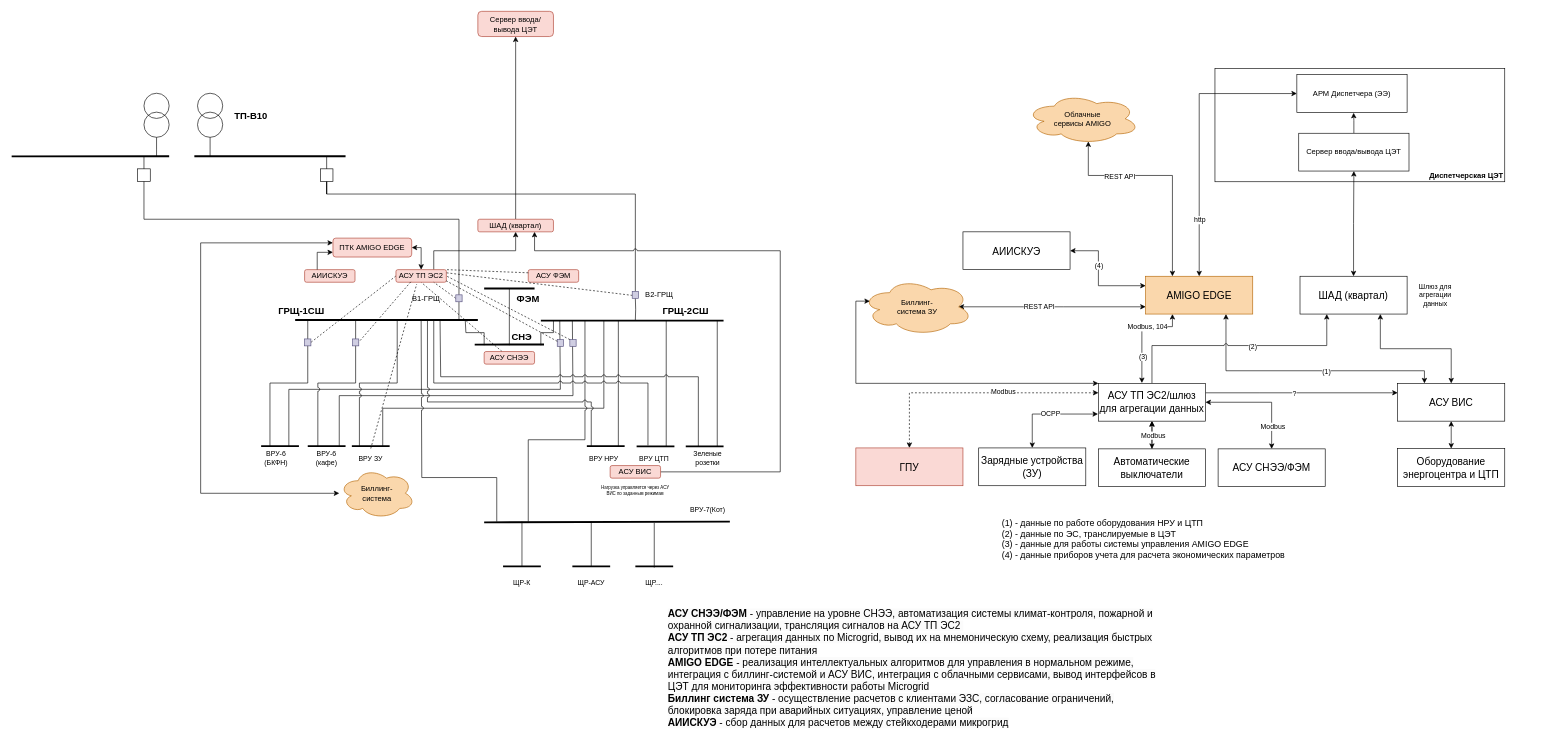
The draw.io diagram page "CBER" (2 of 3) of AMIGO.drawio in Randyrofed/DrawIO, before the edit. Source tidied: cells renumbered, new cells numbered last; positions are measured from the earlier drawing's top-left corner, leaving out a move shared by most shapes. Both pictures are drawn from the tidied source at 63%, with x=0, y=0 at pixel (11, 11).
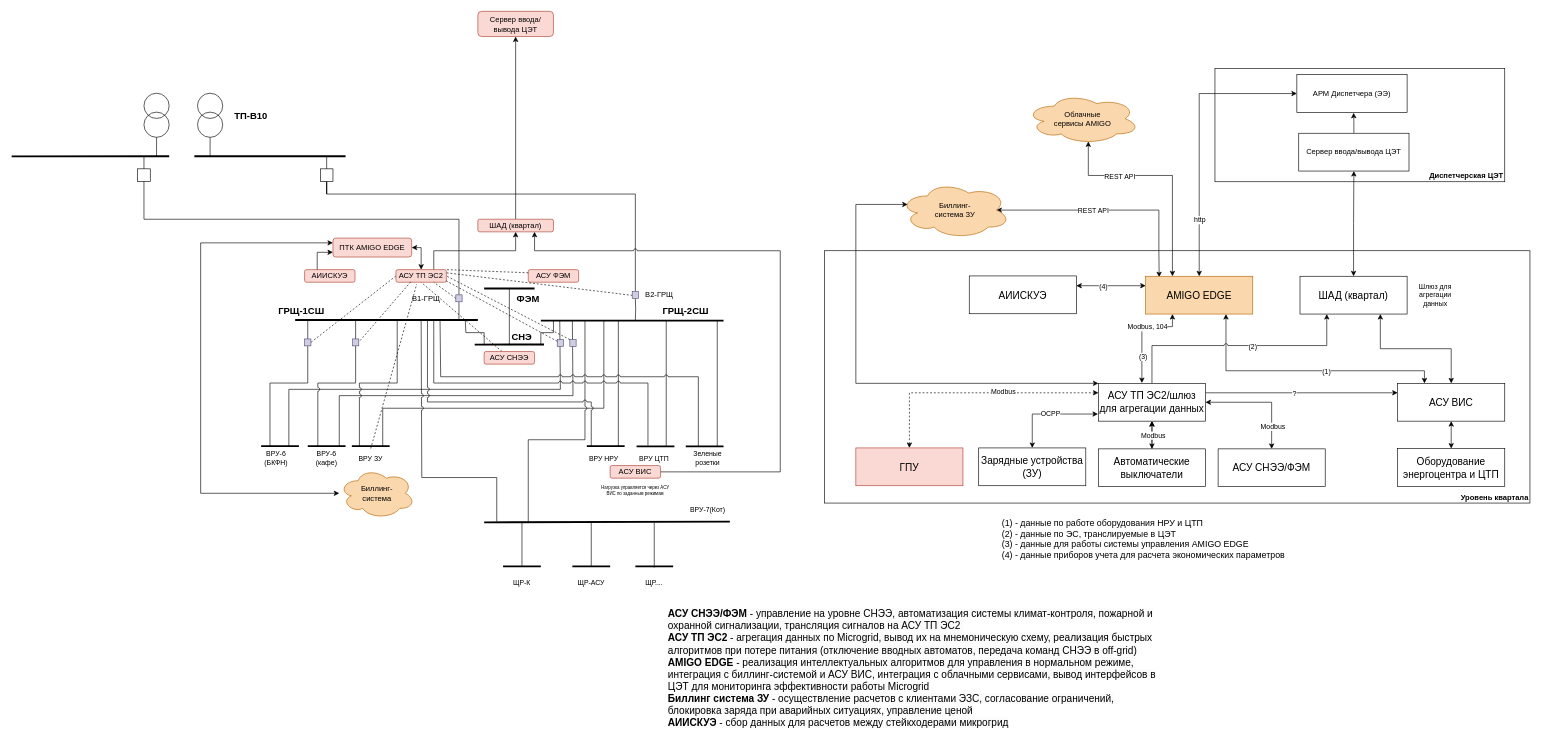
The same diagram, later.

The change refers to these unchanged cells:
```xml
<mxCell id="111" value="АСУ ТП ЭС2/шлюз для агрегации данных" style="rounded=0;whiteSpace=wrap;html=1;fontSize=16;" parent="1" vertex="1">
  <mxGeometry x="1725" y="590" width="170" height="60" as="geometry" />
</mxCell>
<mxCell id="134" value="AMIGO EDGE" style="rounded=0;whiteSpace=wrap;html=1;fontSize=16;fillColor=#fad7ac;strokeColor=#b46504;" parent="1" vertex="1">
  <mxGeometry x="1800" y="420" width="170" height="60" as="geometry" />
</mxCell>
```

Change to the diagram source:
```diff
@@
     <mxCell id="123" style="edgeStyle=orthogonalEdgeStyle;rounded=0;jettySize=auto;html=1;entryX=0;entryY=0;entryDx=0;entryDy=0;startArrow=classic;startFill=1;exitX=0.07;exitY=0.4;exitDx=0;exitDy=0;exitPerimeter=0;" parent="1" edge="1" source="126" target="111">
       <mxGeometry relative="1" as="geometry">
         <Array as="points">
-          <mxPoint x="1340" y="460" />
+          <mxPoint x="1340" y="306" />
           <mxPoint x="1340" y="590" />
         </Array>
       </mxGeometry>
     </mxCell>
-    <mxCell id="124" style="edgeStyle=orthogonalEdgeStyle;rounded=0;jettySize=auto;html=1;startArrow=classic;startFill=1;exitX=0.875;exitY=0.5;exitDx=0;exitDy=0;exitPerimeter=0;" parent="1" edge="1" source="126" target="134">
+    <mxCell id="124" style="edgeStyle=orthogonalEdgeStyle;rounded=0;jettySize=auto;html=1;startArrow=classic;startFill=1;exitX=0.875;exitY=0.5;exitDx=0;exitDy=0;exitPerimeter=0;entryX=0.126;entryY=0.024;entryDx=0;entryDy=0;entryPerimeter=0;" parent="1" edge="1" source="126" target="134">
       <mxGeometry relative="1" as="geometry">
         <Array as="points">
-          <mxPoint x="1670" y="468" />
-          <mxPoint x="1670" y="468" />
+          <mxPoint x="1821" y="315" />
+          <mxPoint x="1821" y="380" />
+          <mxPoint x="1821" y="380" />
         </Array>
       </mxGeometry>
     </mxCell>
@@
     <mxCell id="126" value="Биллинг-&lt;br&gt;система ЗУ" style="ellipse;shape=cloud;whiteSpace=wrap;html=1;fillColor=#fad7ac;strokeColor=#b46504;" parent="1" vertex="1">
-      <mxGeometry x="1350" y="423.5" width="175" height="90" as="geometry" />
+      <mxGeometry x="1410" y="270" width="175" height="90" as="geometry" />
     </mxCell>
@@
     <mxCell id="142" value="АИИСКУЭ" style="rounded=0;whiteSpace=wrap;html=1;fontSize=16;" parent="1" vertex="1">
-      <mxGeometry x="1510" y="349.5" width="170" height="60" as="geometry" />
+      <mxGeometry x="1520" y="419.5" width="170" height="60" as="geometry" />
     </mxCell>
@@
-    <mxCell id="146" value="&lt;span style=&quot;color: rgb(0, 0, 0); font-family: Helvetica; font-size: 16px; font-style: normal; font-variant-ligatures: normal; font-variant-caps: normal; letter-spacing: normal; orphans: 2; text-align: center; text-indent: 0px; text-transform: none; widows: 2; word-spacing: 0px; -webkit-text-stroke-width: 0px; background-color: rgb(251, 251, 251); text-decoration-thickness: initial; text-decoration-style: initial; text-decoration-color: initial; float: none; display: inline !important;&quot;&gt;&lt;b&gt;АСУ СНЭЭ/ФЭМ &lt;/b&gt;&lt;/span&gt;&lt;span style=&quot;color: rgb(0, 0, 0); font-family: Helvetica; font-size: 16px; font-style: normal; font-variant-ligatures: normal; font-variant-caps: normal; letter-spacing: normal; orphans: 2; text-align: center; text-indent: 0px; text-transform: none; widows: 2; word-spacing: 0px; -webkit-text-stroke-width: 0px; background-color: rgb(251, 251, 251); text-decoration-thickness: initial; text-decoration-style: initial; text-decoration-color: initial; float: none; display: inline !important;&quot;&gt;- управление на уровне СНЭЭ, автоматизация системы климат-контроля, пожарной и охранной сигнализации, трансляция сигналов на АСУ ТП ЭС2&amp;nbsp;&lt;br&gt;&lt;b&gt;АСУ ТП ЭС2&lt;/b&gt;&lt;/span&gt;&lt;span style=&quot;color: rgb(0, 0, 0); font-family: Helvetica; font-size: 16px; font-style: normal; font-variant-ligatures: normal; font-variant-caps: normal; letter-spacing: normal; orphans: 2; text-align: center; text-indent: 0px; text-transform: none; widows: 2; word-spacing: 0px; -webkit-text-stroke-width: 0px; background-color: rgb(251, 251, 251); text-decoration-thickness: initial; text-decoration-style: initial; text-decoration-color: initial; float: none; display: inline !important;&quot;&gt; - агрегация данных по Microgrid, вывод их на мнемоническую схему, реализация быстрых алгоритмов при потере питания&lt;br&gt;&lt;b&gt;AMIGO EDGE &lt;/b&gt;&lt;/span&gt;&lt;span style=&quot;color: rgb(0, 0, 0); font-family: Helvetica; font-size: 16px; font-style: normal; font-variant-ligatures: normal; font-variant-caps: normal; letter-spacing: normal; orphans: 2; text-align: center; text-indent: 0px; text-transform: none; widows: 2; word-spacing: 0px; -webkit-text-stroke-width: 0px; background-color: rgb(251, 251, 251); text-decoration-thickness: initial; text-decoration-style: initial; text-decoration-color: initial; float: none; display: inline !important;&quot;&gt;- реализация интеллектуальных алгоритмов для управления в нормальном режиме, интеграция с биллинг-системой и АСУ ВИС, интеграция с облачными сервисами, вывод интерфейсов в ЦЭТ для мониторинга эффективности работы Microgrid&lt;br&gt;&lt;b&gt;Биллинг система ЗУ&lt;/b&gt;&lt;/span&gt;&lt;span style=&quot;color: rgb(0, 0, 0); font-family: Helvetica; font-size: 16px; font-style: normal; font-variant-ligatures: normal; font-variant-caps: normal; letter-spacing: normal; orphans: 2; text-align: center; text-indent: 0px; text-transform: none; widows: 2; word-spacing: 0px; -webkit-text-stroke-width: 0px; background-color: rgb(251, 251, 251); text-decoration-thickness: initial; text-decoration-style: initial; text-decoration-color: initial; float: none; display: inline !important;&quot;&gt; - осуществление расчетов с клиентами ЭЗС, согласование ограничений, блокировка заряда при аварийных ситуациях, управление ценой&lt;br&gt;&lt;b&gt;АИИСКУЭ&lt;/b&gt;&lt;/span&gt;&lt;span style=&quot;color: rgb(0, 0, 0); font-family: Helvetica; font-size: 16px; font-style: normal; font-variant-ligatures: normal; font-variant-caps: normal; font-weight: 400; letter-spacing: normal; orphans: 2; text-align: center; text-indent: 0px; text-transform: none; widows: 2; word-spacing: 0px; -webkit-text-stroke-width: 0px; background-color: rgb(251, 251, 251); text-decoration-thickness: initial; text-decoration-style: initial; text-decoration-color: initial; float: none; display: inline !important;&quot;&gt; - сбор данных для расчетов между стейкходерами микрогрид&lt;br&gt;&lt;/span&gt;" style="text;whiteSpace=wrap;html=1;" parent="1" vertex="1">
+    <mxCell id="146" value="&lt;span style=&quot;color: rgb(0, 0, 0); font-family: Helvetica; font-size: 16px; font-style: normal; font-variant-ligatures: normal; font-variant-caps: normal; letter-spacing: normal; orphans: 2; text-align: center; text-indent: 0px; text-transform: none; widows: 2; word-spacing: 0px; -webkit-text-stroke-width: 0px; background-color: rgb(251, 251, 251); text-decoration-thickness: initial; text-decoration-style: initial; text-decoration-color: initial; float: none; display: inline !important;&quot;&gt;&lt;b&gt;АСУ СНЭЭ/ФЭМ &lt;/b&gt;&lt;/span&gt;&lt;span style=&quot;color: rgb(0, 0, 0); font-family: Helvetica; font-size: 16px; font-style: normal; font-variant-ligatures: normal; font-variant-caps: normal; letter-spacing: normal; orphans: 2; text-align: center; text-indent: 0px; text-transform: none; widows: 2; word-spacing: 0px; -webkit-text-stroke-width: 0px; background-color: rgb(251, 251, 251); text-decoration-thickness: initial; text-decoration-style: initial; text-decoration-color: initial; float: none; display: inline !important;&quot;&gt;- управление на уровне СНЭЭ, автоматизация системы климат-контроля, пожарной и охранной сигнализации, трансляция сигналов на АСУ ТП ЭС2&amp;nbsp;&lt;br&gt;&lt;b&gt;АСУ ТП ЭС2&lt;/b&gt;&lt;/span&gt;&lt;span style=&quot;color: rgb(0, 0, 0); font-family: Helvetica; font-size: 16px; font-style: normal; font-variant-ligatures: normal; font-variant-caps: normal; letter-spacing: normal; orphans: 2; text-align: center; text-indent: 0px; text-transform: none; widows: 2; word-spacing: 0px; -webkit-text-stroke-width: 0px; background-color: rgb(251, 251, 251); text-decoration-thickness: initial; text-decoration-style: initial; text-decoration-color: initial; float: none; display: inline !important;&quot;&gt; - агрегация данных по Microgrid, вывод их на мнемоническую схему, реализация быстрых алгоритмов при потере питания (отключение вводных автоматов, передача команд СНЭЭ в off-grid)&lt;br&gt;&lt;b&gt;AMIGO EDGE &lt;/b&gt;&lt;/span&gt;&lt;span style=&quot;color: rgb(0, 0, 0); font-family: Helvetica; font-size: 16px; font-style: normal; font-variant-ligatures: normal; font-variant-caps: normal; letter-spacing: normal; orphans: 2; text-align: center; text-indent: 0px; text-transform: none; widows: 2; word-spacing: 0px; -webkit-text-stroke-width: 0px; background-color: rgb(251, 251, 251); text-decoration-thickness: initial; text-decoration-style: initial; text-decoration-color: initial; float: none; display: inline !important;&quot;&gt;- реализация интеллектуальных алгоритмов для управления в нормальном режиме, интеграция с биллинг-системой и АСУ ВИС, интеграция с облачными сервисами, вывод интерфейсов в ЦЭТ для мониторинга эффективности работы Microgrid&lt;br&gt;&lt;b&gt;Биллинг система ЗУ&lt;/b&gt;&lt;/span&gt;&lt;span style=&quot;color: rgb(0, 0, 0); font-family: Helvetica; font-size: 16px; font-style: normal; font-variant-ligatures: normal; font-variant-caps: normal; letter-spacing: normal; orphans: 2; text-align: center; text-indent: 0px; text-transform: none; widows: 2; word-spacing: 0px; -webkit-text-stroke-width: 0px; background-color: rgb(251, 251, 251); text-decoration-thickness: initial; text-decoration-style: initial; text-decoration-color: initial; float: none; display: inline !important;&quot;&gt; - осуществление расчетов с клиентами ЭЗС, согласование ограничений, блокировка заряда при аварийных ситуациях, управление ценой&lt;br&gt;&lt;b&gt;АИИСКУЭ&lt;/b&gt;&lt;/span&gt;&lt;span style=&quot;color: rgb(0, 0, 0); font-family: Helvetica; font-size: 16px; font-style: normal; font-variant-ligatures: normal; font-variant-caps: normal; font-weight: 400; letter-spacing: normal; orphans: 2; text-align: center; text-indent: 0px; text-transform: none; widows: 2; word-spacing: 0px; -webkit-text-stroke-width: 0px; background-color: rgb(251, 251, 251); text-decoration-thickness: initial; text-decoration-style: initial; text-decoration-color: initial; float: none; display: inline !important;&quot;&gt; - сбор данных для расчетов между стейкходерами микрогрид&lt;br&gt;&lt;/span&gt;" style="text;whiteSpace=wrap;html=1;" parent="1" vertex="1">
       <mxGeometry x="1040" y="940" width="790" height="216" as="geometry" />
     </mxCell>
@@
+    <mxCell id="148" value="Уровень квартала" style="rounded=0;whiteSpace=wrap;html=1;fillColor=none;verticalAlign=bottom;align=right;fontStyle=1;" parent="1" vertex="1">
+      <mxGeometry x="1290" y="379.5" width="1120" height="400.5" as="geometry" />
+    </mxCell>
```
